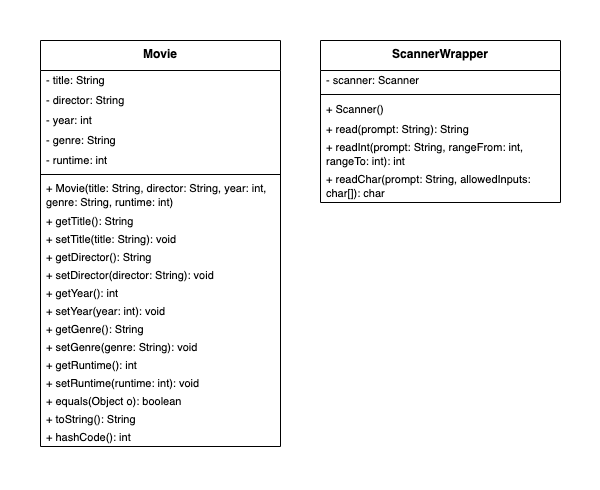
hanggrian/IIT-ITM510 keeps this draw.io diagram as assignments/hw5/diagram1.png. Above is the earlier version. Source tidied: cells renumbered, new cells last; positions are measured from the earlier drawing's top-left corner, leaving out a move shared by most shapes. The source it was exported from:
```xml
<mxGraphModel>
  <root>
    <mxCell id="0" />
    <mxCell id="1" parent="0" />
    <mxCell id="2" value="Movie" style="swimlane;fontStyle=1;align=center;verticalAlign=top;horizontal=1;startSize=30;whiteSpace=wrap;html=1;" parent="1" vertex="1">
      <mxGeometry width="240" height="406" as="geometry" />
    </mxCell>
    <mxCell id="3" value="- title: String" style="text;strokeColor=none;fillColor=none;align=left;verticalAlign=middle;spacingLeft=4;spacingRight=4;overflow=hidden;whiteSpace=wrap;html=1;fontSize=11;" parent="2" vertex="1">
      <mxGeometry y="30" width="240" height="20" as="geometry" />
    </mxCell>
    <mxCell id="4" value="- director: String" style="text;strokeColor=none;fillColor=none;align=left;verticalAlign=middle;spacingLeft=4;spacingRight=4;overflow=hidden;whiteSpace=wrap;html=1;fontSize=11;" parent="2" vertex="1">
      <mxGeometry y="50" width="240" height="20" as="geometry" />
    </mxCell>
    <mxCell id="5" value="- year: int" style="text;strokeColor=none;fillColor=none;align=left;verticalAlign=middle;spacingLeft=4;spacingRight=4;overflow=hidden;whiteSpace=wrap;html=1;fontSize=11;" parent="2" vertex="1">
      <mxGeometry y="70" width="240" height="20" as="geometry" />
    </mxCell>
    <mxCell id="6" value="- genre: String" style="text;strokeColor=none;fillColor=none;align=left;verticalAlign=middle;spacingLeft=4;spacingRight=4;overflow=hidden;whiteSpace=wrap;html=1;fontSize=11;" parent="2" vertex="1">
      <mxGeometry y="90" width="240" height="20" as="geometry" />
    </mxCell>
    <mxCell id="7" value="- runtime: int" style="text;strokeColor=none;fillColor=none;align=left;verticalAlign=middle;spacingLeft=4;spacingRight=4;overflow=hidden;whiteSpace=wrap;html=1;fontSize=11;" parent="2" vertex="1">
      <mxGeometry y="110" width="240" height="20" as="geometry" />
    </mxCell>
    <mxCell id="8" style="line;strokeWidth=1;fillColor=none;align=left;verticalAlign=middle;spacingTop=-1;spacingLeft=3;spacingRight=3;labelPosition=right;strokeColor=inherit;" parent="2" vertex="1">
      <mxGeometry y="130" width="240" height="8" as="geometry" />
    </mxCell>
    <mxCell id="9" value="+&amp;nbsp;Movie(title: String, director: String, year: int, genre: String, runtime: int)" style="text;strokeColor=none;fillColor=none;align=left;verticalAlign=middle;spacingLeft=4;spacingRight=4;overflow=hidden;whiteSpace=wrap;html=1;fontSize=11;" parent="2" vertex="1">
      <mxGeometry y="138" width="240" height="34" as="geometry" />
    </mxCell>
    <mxCell id="10" value="+&amp;nbsp;getTitle(&lt;span style=&quot;background-color: initial;&quot;&gt;): String&lt;/span&gt;" style="text;strokeColor=none;fillColor=none;align=left;verticalAlign=middle;spacingLeft=4;spacingRight=4;overflow=hidden;whiteSpace=wrap;html=1;fontSize=11;" parent="2" vertex="1">
      <mxGeometry y="172" width="240" height="18" as="geometry" />
    </mxCell>
    <mxCell id="11" value="+&amp;nbsp;setTitle(title: String&lt;span style=&quot;background-color: initial;&quot;&gt;): void&lt;/span&gt;" style="text;strokeColor=none;fillColor=none;align=left;verticalAlign=middle;spacingLeft=4;spacingRight=4;overflow=hidden;whiteSpace=wrap;html=1;fontSize=11;" parent="2" vertex="1">
      <mxGeometry y="190" width="240" height="18" as="geometry" />
    </mxCell>
    <mxCell id="12" value="+&amp;nbsp;getDirector(&lt;span style=&quot;background-color: initial;&quot;&gt;): String&lt;/span&gt;" style="text;strokeColor=none;fillColor=none;align=left;verticalAlign=middle;spacingLeft=4;spacingRight=4;overflow=hidden;whiteSpace=wrap;html=1;fontSize=11;" parent="2" vertex="1">
      <mxGeometry y="208" width="240" height="18" as="geometry" />
    </mxCell>
    <mxCell id="13" value="+&amp;nbsp;setDirector(director: String): void" style="text;strokeColor=none;fillColor=none;align=left;verticalAlign=middle;spacingLeft=4;spacingRight=4;overflow=hidden;whiteSpace=wrap;html=1;fontSize=11;" parent="2" vertex="1">
      <mxGeometry y="226" width="240" height="18" as="geometry" />
    </mxCell>
    <mxCell id="14" value="+ getYear(&lt;span style=&quot;background-color: initial;&quot;&gt;): int&lt;/span&gt;" style="text;strokeColor=none;fillColor=none;align=left;verticalAlign=middle;spacingLeft=4;spacingRight=4;overflow=hidden;whiteSpace=wrap;html=1;fontSize=11;" parent="2" vertex="1">
      <mxGeometry y="244" width="240" height="18" as="geometry" />
    </mxCell>
    <mxCell id="15" value="+&amp;nbsp;setYear(year: int): void" style="text;strokeColor=none;fillColor=none;align=left;verticalAlign=middle;spacingLeft=4;spacingRight=4;overflow=hidden;whiteSpace=wrap;html=1;fontSize=11;" parent="2" vertex="1">
      <mxGeometry y="262" width="240" height="18" as="geometry" />
    </mxCell>
    <mxCell id="16" value="+&amp;nbsp;getGenre(&lt;span style=&quot;background-color: initial;&quot;&gt;): String&lt;/span&gt;" style="text;strokeColor=none;fillColor=none;align=left;verticalAlign=middle;spacingLeft=4;spacingRight=4;overflow=hidden;whiteSpace=wrap;html=1;fontSize=11;" parent="2" vertex="1">
      <mxGeometry y="280" width="240" height="18" as="geometry" />
    </mxCell>
    <mxCell id="17" value="+&amp;nbsp;setGenre(genre: String): void" style="text;strokeColor=none;fillColor=none;align=left;verticalAlign=middle;spacingLeft=4;spacingRight=4;overflow=hidden;whiteSpace=wrap;html=1;fontSize=11;" parent="2" vertex="1">
      <mxGeometry y="298" width="240" height="18" as="geometry" />
    </mxCell>
    <mxCell id="18" value="+ getRuntime(&lt;span style=&quot;background-color: initial;&quot;&gt;): int&lt;/span&gt;" style="text;strokeColor=none;fillColor=none;align=left;verticalAlign=middle;spacingLeft=4;spacingRight=4;overflow=hidden;whiteSpace=wrap;html=1;fontSize=11;" parent="2" vertex="1">
      <mxGeometry y="316" width="240" height="18" as="geometry" />
    </mxCell>
    <mxCell id="19" value="+&amp;nbsp;setRuntime(runtime: int): void" style="text;strokeColor=none;fillColor=none;align=left;verticalAlign=middle;spacingLeft=4;spacingRight=4;overflow=hidden;whiteSpace=wrap;html=1;fontSize=11;" parent="2" vertex="1">
      <mxGeometry y="334" width="240" height="18" as="geometry" />
    </mxCell>
    <mxCell id="20" value="+&amp;nbsp;equals(Object o&lt;span style=&quot;background-color: initial;&quot;&gt;): boolean&lt;/span&gt;" style="text;strokeColor=none;fillColor=none;align=left;verticalAlign=middle;spacingLeft=4;spacingRight=4;overflow=hidden;whiteSpace=wrap;html=1;fontSize=11;" parent="2" vertex="1">
      <mxGeometry y="352" width="240" height="18" as="geometry" />
    </mxCell>
    <mxCell id="21" value="+&amp;nbsp;toString(&lt;span style=&quot;background-color: initial;&quot;&gt;): String&lt;/span&gt;" style="text;strokeColor=none;fillColor=none;align=left;verticalAlign=middle;spacingLeft=4;spacingRight=4;overflow=hidden;whiteSpace=wrap;html=1;fontSize=11;" parent="2" vertex="1">
      <mxGeometry y="370" width="240" height="18" as="geometry" />
    </mxCell>
    <mxCell id="22" value="+&amp;nbsp;hashCode(&lt;span style=&quot;background-color: initial;&quot;&gt;): int&lt;/span&gt;" style="text;strokeColor=none;fillColor=none;align=left;verticalAlign=middle;spacingLeft=4;spacingRight=4;overflow=hidden;whiteSpace=wrap;html=1;fontSize=11;" parent="2" vertex="1">
      <mxGeometry y="388" width="240" height="18" as="geometry" />
    </mxCell>
    <mxCell id="23" value="ScannerWrapper" style="swimlane;fontStyle=1;align=center;verticalAlign=top;horizontal=1;startSize=30;whiteSpace=wrap;html=1;" parent="1" vertex="1">
      <mxGeometry x="280" width="240" height="162" as="geometry" />
    </mxCell>
    <mxCell id="24" value="- scanner: Scanner" style="text;strokeColor=none;fillColor=none;align=left;verticalAlign=middle;spacingLeft=4;spacingRight=4;overflow=hidden;whiteSpace=wrap;html=1;fontSize=11;" parent="23" vertex="1">
      <mxGeometry y="30" width="240" height="20" as="geometry" />
    </mxCell>
    <mxCell id="25" style="line;strokeWidth=1;fillColor=none;align=left;verticalAlign=middle;spacingTop=-1;spacingLeft=3;spacingRight=3;labelPosition=right;strokeColor=inherit;" parent="23" vertex="1">
      <mxGeometry y="50" width="240" height="8" as="geometry" />
    </mxCell>
    <mxCell id="26" value="+&amp;nbsp;Scanner()" style="text;strokeColor=none;fillColor=none;align=left;verticalAlign=middle;spacingLeft=4;spacingRight=4;overflow=hidden;whiteSpace=wrap;html=1;fontSize=11;" parent="23" vertex="1">
      <mxGeometry y="58" width="240" height="22" as="geometry" />
    </mxCell>
    <mxCell id="27" value="+&amp;nbsp;read(prompt: String&lt;span style=&quot;background-color: initial;&quot;&gt;): String&lt;/span&gt;" style="text;strokeColor=none;fillColor=none;align=left;verticalAlign=middle;spacingLeft=4;spacingRight=4;overflow=hidden;whiteSpace=wrap;html=1;fontSize=11;" parent="23" vertex="1">
      <mxGeometry y="80" width="240" height="18" as="geometry" />
    </mxCell>
    <mxCell id="28" value="+&amp;nbsp;readInt(prompt: String, rangeFrom: int, rangeTo: int): int" style="text;strokeColor=none;fillColor=none;align=left;verticalAlign=middle;spacingLeft=4;spacingRight=4;overflow=hidden;whiteSpace=wrap;html=1;fontSize=11;" parent="23" vertex="1">
      <mxGeometry y="98" width="240" height="32" as="geometry" />
    </mxCell>
    <mxCell id="29" value="+&amp;nbsp;readChar(prompt: String, allowedInputs: char[]): char" style="text;strokeColor=none;fillColor=none;align=left;verticalAlign=middle;spacingLeft=4;spacingRight=4;overflow=hidden;whiteSpace=wrap;html=1;fontSize=11;" parent="23" vertex="1">
      <mxGeometry y="130" width="240" height="32" as="geometry" />
    </mxCell>
  </root>
</mxGraphModel>
```
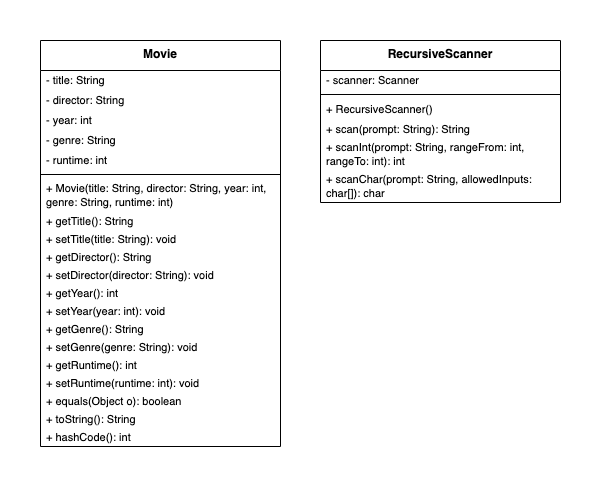
After the commit.

Change to the diagram source:
```diff
@@ -65,7 +65,7 @@
     <mxCell id="22" value="+&amp;nbsp;hashCode(&lt;span style=&quot;background-color: initial;&quot;&gt;): int&lt;/span&gt;" style="text;strokeColor=none;fillColor=none;align=left;verticalAlign=middle;spacingLeft=4;spacingRight=4;overflow=hidden;whiteSpace=wrap;html=1;fontSize=11;" parent="2" vertex="1">
       <mxGeometry y="388" width="240" height="18" as="geometry" />
     </mxCell>
-    <mxCell id="23" value="ScannerWrapper" style="swimlane;fontStyle=1;align=center;verticalAlign=top;horizontal=1;startSize=30;whiteSpace=wrap;html=1;" parent="1" vertex="1">
+    <mxCell id="23" value="RecursiveScanner" style="swimlane;fontStyle=1;align=center;verticalAlign=top;horizontal=1;startSize=30;whiteSpace=wrap;html=1;" parent="1" vertex="1">
       <mxGeometry x="280" width="240" height="162" as="geometry" />
     </mxCell>
     <mxCell id="24" value="- scanner: Scanner" style="text;strokeColor=none;fillColor=none;align=left;verticalAlign=middle;spacingLeft=4;spacingRight=4;overflow=hidden;whiteSpace=wrap;html=1;fontSize=11;" parent="23" vertex="1">
@@ -74,16 +74,16 @@
     <mxCell id="25" style="line;strokeWidth=1;fillColor=none;align=left;verticalAlign=middle;spacingTop=-1;spacingLeft=3;spacingRight=3;labelPosition=right;strokeColor=inherit;" parent="23" vertex="1">
       <mxGeometry y="50" width="240" height="8" as="geometry" />
     </mxCell>
-    <mxCell id="26" value="+&amp;nbsp;Scanner()" style="text;strokeColor=none;fillColor=none;align=left;verticalAlign=middle;spacingLeft=4;spacingRight=4;overflow=hidden;whiteSpace=wrap;html=1;fontSize=11;" parent="23" vertex="1">
+    <mxCell id="26" value="+&amp;nbsp;RecursiveScanner()" style="text;strokeColor=none;fillColor=none;align=left;verticalAlign=middle;spacingLeft=4;spacingRight=4;overflow=hidden;whiteSpace=wrap;html=1;fontSize=11;" parent="23" vertex="1">
       <mxGeometry y="58" width="240" height="22" as="geometry" />
     </mxCell>
-    <mxCell id="27" value="+&amp;nbsp;read(prompt: String&lt;span style=&quot;background-color: initial;&quot;&gt;): String&lt;/span&gt;" style="text;strokeColor=none;fillColor=none;align=left;verticalAlign=middle;spacingLeft=4;spacingRight=4;overflow=hidden;whiteSpace=wrap;html=1;fontSize=11;" parent="23" vertex="1">
+    <mxCell id="27" value="+&amp;nbsp;scan(prompt: String&lt;span style=&quot;background-color: initial;&quot;&gt;): String&lt;/span&gt;" style="text;strokeColor=none;fillColor=none;align=left;verticalAlign=middle;spacingLeft=4;spacingRight=4;overflow=hidden;whiteSpace=wrap;html=1;fontSize=11;" parent="23" vertex="1">
       <mxGeometry y="80" width="240" height="18" as="geometry" />
     </mxCell>
-    <mxCell id="28" value="+&amp;nbsp;readInt(prompt: String, rangeFrom: int, rangeTo: int): int" style="text;strokeColor=none;fillColor=none;align=left;verticalAlign=middle;spacingLeft=4;spacingRight=4;overflow=hidden;whiteSpace=wrap;html=1;fontSize=11;" parent="23" vertex="1">
+    <mxCell id="28" value="+ scanInt(prompt: String, rangeFrom: int, rangeTo: int): int" style="text;strokeColor=none;fillColor=none;align=left;verticalAlign=middle;spacingLeft=4;spacingRight=4;overflow=hidden;whiteSpace=wrap;html=1;fontSize=11;" parent="23" vertex="1">
       <mxGeometry y="98" width="240" height="32" as="geometry" />
     </mxCell>
-    <mxCell id="29" value="+&amp;nbsp;readChar(prompt: String, allowedInputs: char[]): char" style="text;strokeColor=none;fillColor=none;align=left;verticalAlign=middle;spacingLeft=4;spacingRight=4;overflow=hidden;whiteSpace=wrap;html=1;fontSize=11;" parent="23" vertex="1">
+    <mxCell id="29" value="+ scanChar(prompt: String, allowedInputs: char[]): char" style="text;strokeColor=none;fillColor=none;align=left;verticalAlign=middle;spacingLeft=4;spacingRight=4;overflow=hidden;whiteSpace=wrap;html=1;fontSize=11;" parent="23" vertex="1">
       <mxGeometry y="130" width="240" height="32" as="geometry" />
     </mxCell>
   </root>
```
